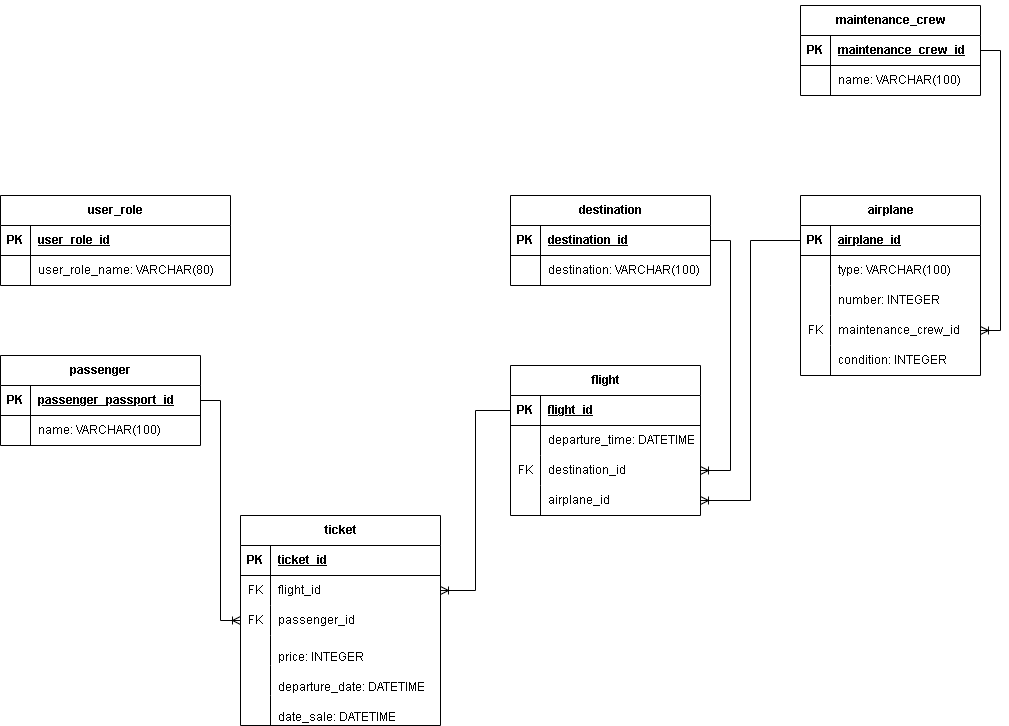
Above: Диаграмма_базы_данных.png in CCF2P/Backend (draw.io), before the change. Source tidied: cells renumbered, new cells last; positions are measured from the earlier drawing's top-left corner, leaving out a move shared by most shapes.
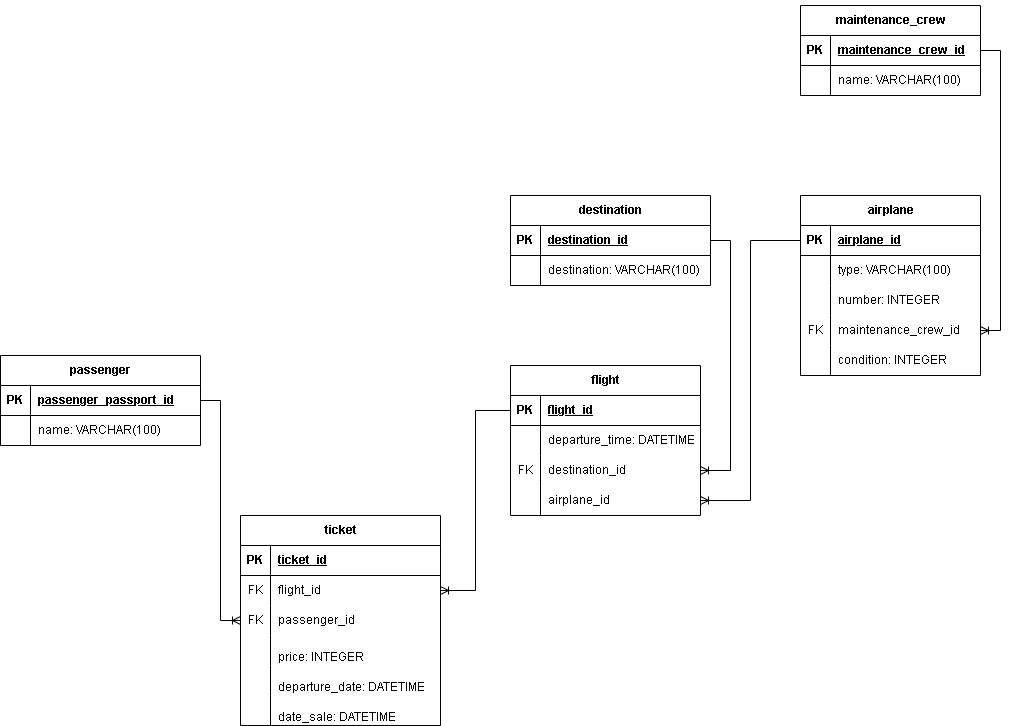
Above is the later version.

Commit message:
Подравил диаграмму БД

The edit, as a diff of the source:
```diff
@@ -2,27 +2,6 @@
   <root>
     <mxCell id="0" />
     <mxCell id="1" parent="0" />
-    <mxCell id="2" value="user_role" style="shape=table;startSize=30;rowLines=0;fontStyle=1;align=center;html=1;" parent="1" vertex="1">
-      <mxGeometry y="190" width="230" height="90" as="geometry" />
-    </mxCell>
-    <mxCell id="3" style="shape=tableRow;horizontal=0;startSize=0;swimlaneHead=0;swimlaneBody=0;fillColor=none;top=0;left=0;right=0;bottom=1;" parent="2" vertex="1">
-      <mxGeometry y="30" width="230" height="30" as="geometry" />
-    </mxCell>
-    <mxCell id="4" value="PK" style="shape=partialRectangle;fillColor=none;top=0;left=0;bottom=0;right=0;fontStyle=1;overflow=hidden;whiteSpace=wrap;html=1;" parent="3" vertex="1">
-      <mxGeometry width="30" height="30" as="geometry" />
-    </mxCell>
-    <mxCell id="5" value="user_role_id" style="shape=partialRectangle;fillColor=none;top=0;left=0;bottom=0;right=0;align=left;spacingLeft=6;fontStyle=5;overflow=hidden;whiteSpace=wrap;html=1;" parent="3" vertex="1">
-      <mxGeometry x="30" width="200" height="30" as="geometry" />
-    </mxCell>
-    <mxCell id="6" style="shape=tableRow;horizontal=0;startSize=0;swimlaneHead=0;swimlaneBody=0;fillColor=none;top=0;left=0;right=0;bottom=0;" parent="2" vertex="1">
-      <mxGeometry y="60" width="230" height="30" as="geometry" />
-    </mxCell>
-    <mxCell id="7" style="shape=partialRectangle;fillColor=none;top=0;left=0;bottom=0;right=0;overflow=hidden;whiteSpace=wrap;html=1;" parent="6" vertex="1">
-      <mxGeometry width="30" height="30" as="geometry" />
-    </mxCell>
-    <mxCell id="8" value="user_role_name: VARCHAR(80)" style="shape=partialRectangle;fillColor=none;top=0;left=0;bottom=0;right=0;align=left;spacingLeft=6;overflow=hidden;whiteSpace=wrap;html=1;" parent="6" vertex="1">
-      <mxGeometry x="30" width="200" height="30" as="geometry" />
-    </mxCell>
     <mxCell id="9" value="passenger" style="shape=table;startSize=30;rowLines=0;fontStyle=1;align=center;html=1;" parent="1" vertex="1">
       <mxGeometry y="350" width="200" height="90" as="geometry" />
     </mxCell>
```
